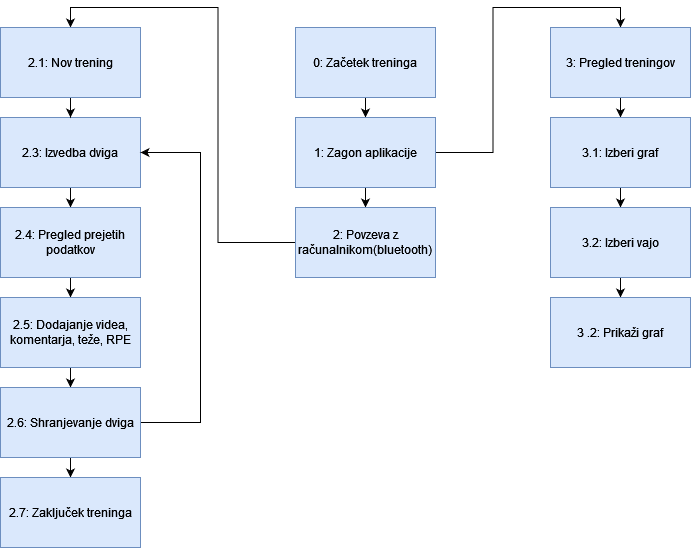
This is slike/TNUV-Page-1.drawio.png from janpipan/TNUVProjekt, a draw.io export, as it was before one commit. Source tidied: cells renumbered, new cells last; positions are measured from the earlier drawing's top-left corner, leaving out a move shared by most shapes.
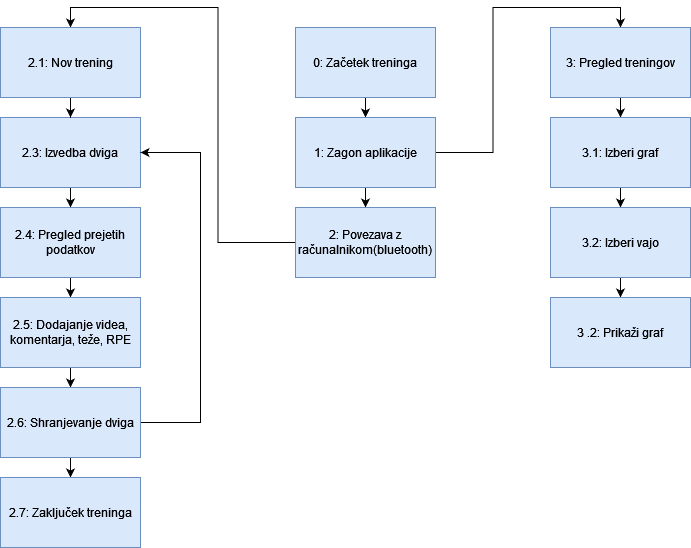
The same diagram one commit later.

Commit message:
ppt popravek hta

Change to the diagram source:
```diff
@@ -20,7 +20,7 @@
     <mxCell id="7" style="edgeStyle=orthogonalEdgeStyle;rounded=0;jettySize=auto;html=1;entryX=0.5;entryY=0;entryDx=0;entryDy=0;" parent="1" edge="1" source="8" target="12">
       <mxGeometry relative="1" as="geometry" />
     </mxCell>
-    <mxCell id="8" value="2: Povzeva z računalnikom(bluetooth)" style="rounded=0;whiteSpace=wrap;html=1;fillColor=#dae8fc;strokeColor=#6c8ebf;" parent="1" vertex="1">
+    <mxCell id="8" value="2: Povezava z računalnikom(bluetooth)" style="rounded=0;whiteSpace=wrap;html=1;fillColor=#dae8fc;strokeColor=#6c8ebf;" parent="1" vertex="1">
       <mxGeometry x="295" y="180" width="140" height="70" as="geometry" />
     </mxCell>
     <mxCell id="9" style="edgeStyle=orthogonalEdgeStyle;rounded=0;jettySize=auto;html=1;entryX=0.5;entryY=0;entryDx=0;entryDy=0;" parent="1" edge="1" source="10" target="17">
```
